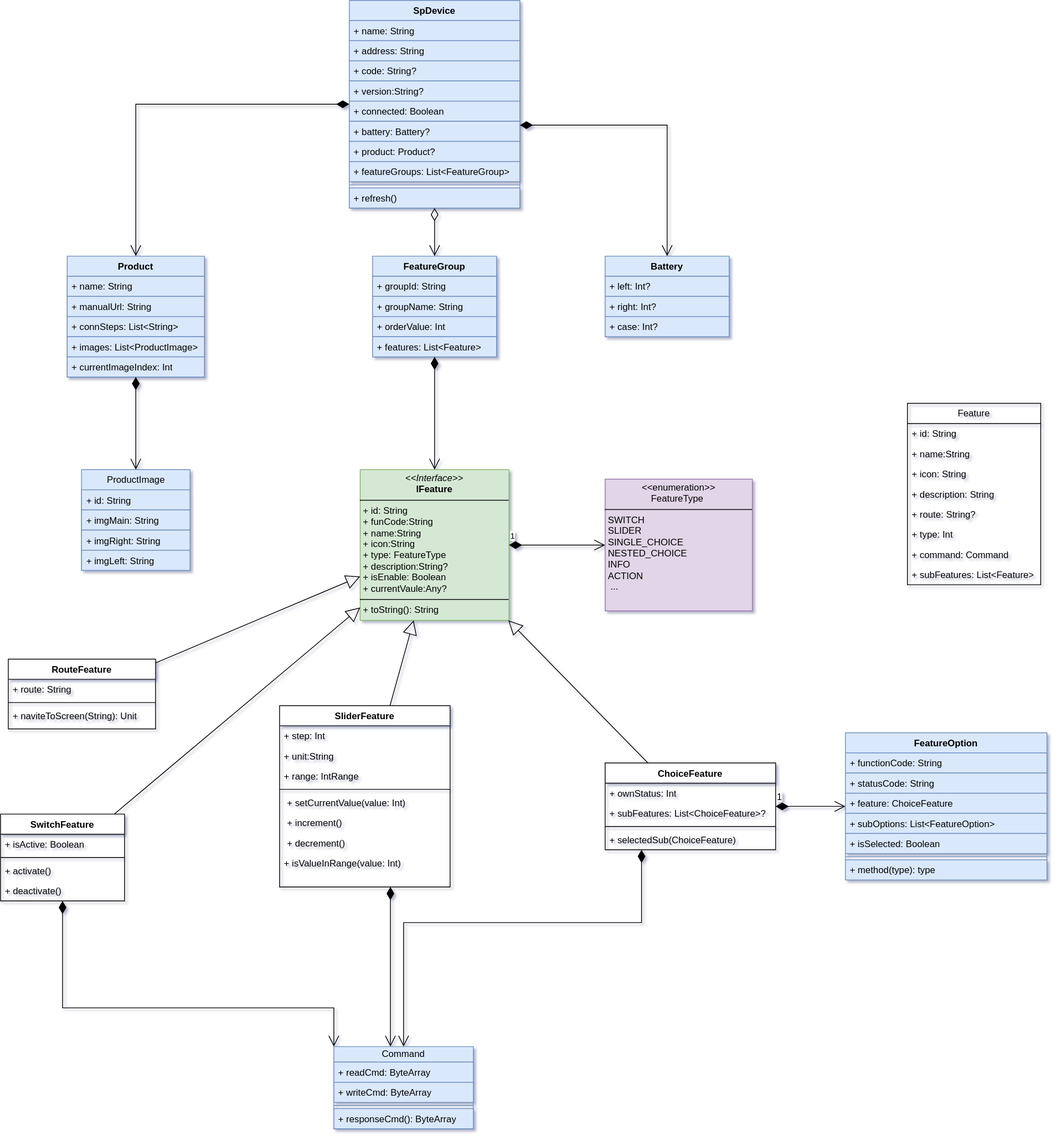
kekemao00/draw-libs keeps this draw.io diagram as sp-device.drawio.svg. Above is the earlier version. Source tidied: cells renumbered, new cells last; positions are measured from the earlier drawing's top-left corner, leaving out a move shared by most shapes.
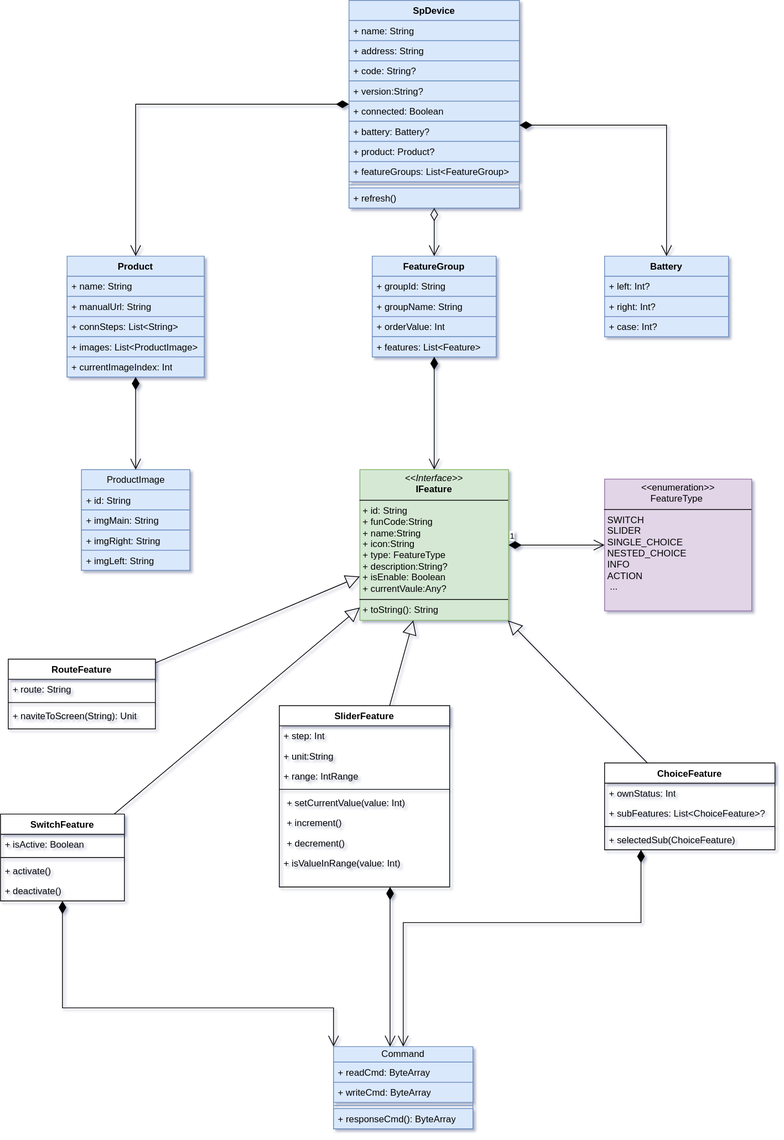
Above is the later version.

The edit, as a diff of the source:
```diff
@@ -95,33 +95,6 @@
     <mxCell id="32" value="+ features: List&amp;lt;Feature&amp;gt;" style="text;strokeColor=#6c8ebf;fillColor=#dae8fc;align=left;verticalAlign=top;spacingLeft=4;spacingRight=4;overflow=hidden;whiteSpace=wrap;html=1;" parent="28" vertex="1">
       <mxGeometry y="104" width="160" height="26" as="geometry" />
     </mxCell>
-    <mxCell id="33" value="Feature" style="swimlane;fontStyle=0;horizontal=1;startSize=26;fillColor=none;whiteSpace=wrap;html=1;" parent="1" vertex="1">
-      <mxGeometry x="1170" y="520" width="172" height="234" as="geometry" />
-    </mxCell>
-    <mxCell id="34" value="+ id: String" style="text;strokeColor=none;fillColor=none;align=left;verticalAlign=top;spacingLeft=4;spacingRight=4;overflow=hidden;whiteSpace=wrap;html=1;" parent="33" vertex="1">
-      <mxGeometry y="26" width="172" height="26" as="geometry" />
-    </mxCell>
-    <mxCell id="35" value="+ name:String&amp;nbsp;" style="text;strokeColor=none;fillColor=none;align=left;verticalAlign=top;spacingLeft=4;spacingRight=4;overflow=hidden;whiteSpace=wrap;html=1;" parent="33" vertex="1">
-      <mxGeometry y="52" width="172" height="26" as="geometry" />
-    </mxCell>
-    <mxCell id="36" value="+ icon: String" style="text;strokeColor=none;fillColor=none;align=left;verticalAlign=top;spacingLeft=4;spacingRight=4;overflow=hidden;whiteSpace=wrap;html=1;" parent="33" vertex="1">
-      <mxGeometry y="78" width="172" height="26" as="geometry" />
-    </mxCell>
-    <mxCell id="37" value="+ description: String" style="text;strokeColor=none;fillColor=none;align=left;verticalAlign=top;spacingLeft=4;spacingRight=4;overflow=hidden;whiteSpace=wrap;html=1;" parent="33" vertex="1">
-      <mxGeometry y="104" width="172" height="26" as="geometry" />
-    </mxCell>
-    <mxCell id="38" value="+ route: String?" style="text;strokeColor=none;fillColor=none;align=left;verticalAlign=top;spacingLeft=4;spacingRight=4;overflow=hidden;whiteSpace=wrap;html=1;" parent="33" vertex="1">
-      <mxGeometry y="130" width="172" height="26" as="geometry" />
-    </mxCell>
-    <mxCell id="39" value="+ type: Int" style="text;strokeColor=none;fillColor=none;align=left;verticalAlign=top;spacingLeft=4;spacingRight=4;overflow=hidden;whiteSpace=wrap;html=1;" parent="33" vertex="1">
-      <mxGeometry y="156" width="172" height="26" as="geometry" />
-    </mxCell>
-    <mxCell id="40" value="+ command: Command" style="text;strokeColor=none;fillColor=none;align=left;verticalAlign=top;spacingLeft=4;spacingRight=4;overflow=hidden;whiteSpace=wrap;html=1;" parent="33" vertex="1">
-      <mxGeometry y="182" width="172" height="26" as="geometry" />
-    </mxCell>
-    <mxCell id="41" value="+ subFeatures: List&amp;lt;Feature&amp;gt;" style="text;strokeColor=none;fillColor=none;align=left;verticalAlign=top;spacingLeft=4;spacingRight=4;overflow=hidden;whiteSpace=wrap;html=1;" parent="33" vertex="1">
-      <mxGeometry y="208" width="172" height="26" as="geometry" />
-    </mxCell>
     <mxCell id="42" value="Command" style="swimlane;fontStyle=0;horizontal=1;startSize=20;fillColor=#dae8fc;whiteSpace=wrap;html=1;strokeColor=#6c8ebf;" parent="1" vertex="1">
       <mxGeometry x="430" y="1350" width="180" height="106" as="geometry" />
     </mxCell>
@@ -202,33 +175,6 @@
     <mxCell id="61" value="1" style="endArrow=open;html=1;endSize=12;startArrow=diamondThin;startSize=14;startFill=1;edgeStyle=orthogonalEdgeStyle;align=left;verticalAlign=bottom;rounded=0;" parent="1" edge="1" source="47" target="60">
       <mxGeometry x="-1" y="3" relative="1" as="geometry" />
     </mxCell>
-    <mxCell id="62" value="FeatureOption" style="swimlane;fontStyle=1;align=center;verticalAlign=top;horizontal=1;startSize=26;whiteSpace=wrap;html=1;fillColor=#dae8fc;strokeColor=#6c8ebf;" parent="1" vertex="1">
-      <mxGeometry x="1090" y="945" width="260" height="190" as="geometry" />
-    </mxCell>
-    <mxCell id="63" value="+ functionCode: String" style="text;strokeColor=#6c8ebf;fillColor=#dae8fc;align=left;verticalAlign=top;spacingLeft=4;spacingRight=4;overflow=hidden;whiteSpace=wrap;html=1;" parent="62" vertex="1">
-      <mxGeometry y="26" width="260" height="26" as="geometry" />
-    </mxCell>
-    <mxCell id="64" value="+ statusCode: String" style="text;strokeColor=#6c8ebf;fillColor=#dae8fc;align=left;verticalAlign=top;spacingLeft=4;spacingRight=4;overflow=hidden;whiteSpace=wrap;html=1;" parent="62" vertex="1">
-      <mxGeometry y="52" width="260" height="26" as="geometry" />
-    </mxCell>
-    <mxCell id="65" value="+&amp;nbsp;feature: ChoiceFeature" style="text;strokeColor=#6c8ebf;fillColor=#dae8fc;align=left;verticalAlign=top;spacingLeft=4;spacingRight=4;overflow=hidden;whiteSpace=wrap;html=1;" parent="62" vertex="1">
-      <mxGeometry y="78" width="260" height="26" as="geometry" />
-    </mxCell>
-    <mxCell id="66" value="+ subOptions: List&amp;lt;FeatureOption&amp;gt;" style="text;strokeColor=#6c8ebf;fillColor=#dae8fc;align=left;verticalAlign=top;spacingLeft=4;spacingRight=4;overflow=hidden;whiteSpace=wrap;html=1;" parent="62" vertex="1">
-      <mxGeometry y="104" width="260" height="26" as="geometry" />
-    </mxCell>
-    <mxCell id="67" value="+ isSelected: Boolean" style="text;strokeColor=#6c8ebf;fillColor=#dae8fc;align=left;verticalAlign=top;spacingLeft=4;spacingRight=4;overflow=hidden;whiteSpace=wrap;html=1;" parent="62" vertex="1">
-      <mxGeometry y="130" width="260" height="26" as="geometry" />
-    </mxCell>
-    <mxCell id="68" style="line;strokeWidth=1;fillColor=#dae8fc;align=left;verticalAlign=middle;spacingTop=-1;spacingLeft=3;spacingRight=3;labelPosition=right;strokeColor=#6c8ebf;" parent="62" vertex="1">
-      <mxGeometry y="156" width="260" height="8" as="geometry" />
-    </mxCell>
-    <mxCell id="69" value="+ method(type): type" style="text;strokeColor=#6c8ebf;fillColor=#dae8fc;align=left;verticalAlign=top;spacingLeft=4;spacingRight=4;overflow=hidden;whiteSpace=wrap;html=1;" parent="62" vertex="1">
-      <mxGeometry y="164" width="260" height="26" as="geometry" />
-    </mxCell>
-    <mxCell id="70" value="1" style="endArrow=open;html=1;endSize=12;startArrow=diamondThin;startSize=14;startFill=1;edgeStyle=orthogonalEdgeStyle;align=left;verticalAlign=bottom;rounded=0;fontSize=12;curved=1;" parent="1" edge="1" source="89" target="62">
-      <mxGeometry x="-1" y="3" relative="1" as="geometry" />
-    </mxCell>
     <mxCell id="71" value="RouteFeature" style="swimlane;fontStyle=1;align=center;verticalAlign=top;horizontal=1;startSize=26;whiteSpace=wrap;html=1;" parent="1" vertex="1">
       <mxGeometry x="10" y="850" width="190" height="90" as="geometry" />
     </mxCell>
```
